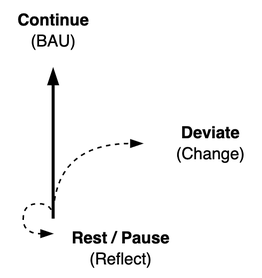
voschezang/coding-handbook keeps this draw.io diagram as img/change-devidate-rest.png. Above is the earlier version. Source tidied: cells renumbered, new cells last; positions are measured from the earlier drawing's top-left corner, leaving out a move shared by most shapes.
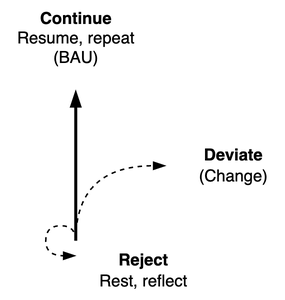
Later version of the same file.

The edit, as a diff of the source:
```diff
@@ -2,11 +2,11 @@
   <root>
     <mxCell id="0" />
     <mxCell id="1" parent="0" />
-    <mxCell id="2" value="&lt;b&gt;Rest / Pause&lt;/b&gt;&lt;br&gt;(Reflect)" style="text;html=1;align=center;verticalAlign=middle;strokeColor=none;fillColor=none;fontSize=11;fontFamily=Helvetica;fontColor=default;fontStyle=0;" parent="1" vertex="1">
-      <mxGeometry x="35" y="145" width="90" height="40" as="geometry" />
+    <mxCell id="2" value="&lt;b&gt;Reject&lt;/b&gt;&lt;br&gt;Rest, reflect" style="text;html=1;align=center;verticalAlign=middle;strokeColor=none;fillColor=none;fontSize=11;fontFamily=Helvetica;fontColor=default;fontStyle=0;" parent="1" vertex="1">
+      <mxGeometry x="40" y="145" width="80" height="40" as="geometry" />
     </mxCell>
-    <mxCell id="3" value="&lt;b&gt;Continue&lt;/b&gt;&lt;br&gt;(BAU)" style="text;html=1;align=center;verticalAlign=middle;strokeColor=none;fillColor=none;fontSize=11;fontFamily=Helvetica;fontColor=default;fontStyle=0;" parent="1" vertex="1">
-      <mxGeometry width="70" height="40" as="geometry" />
+    <mxCell id="3" value="&lt;b&gt;Continue&lt;/b&gt;&lt;br&gt;Resume, repeat&lt;br&gt;(BAU)" style="text;html=1;align=center;verticalAlign=middle;strokeColor=none;fillColor=none;fontSize=11;fontFamily=Helvetica;fontColor=default;fontStyle=0;" parent="1" vertex="1">
+      <mxGeometry x="-15" y="-15" width="100" height="50" as="geometry" />
     </mxCell>
     <mxCell id="4" style="endArrow=blockThin;html=1;rounded=0;labelBackgroundColor=default;strokeColor=default;align=center;verticalAlign=middle;fontFamily=Helvetica;fontSize=11;fontColor=default;shape=connector;endFill=1;strokeWidth=2;" parent="1" edge="1">
       <mxGeometry relative="1" as="geometry">
```
